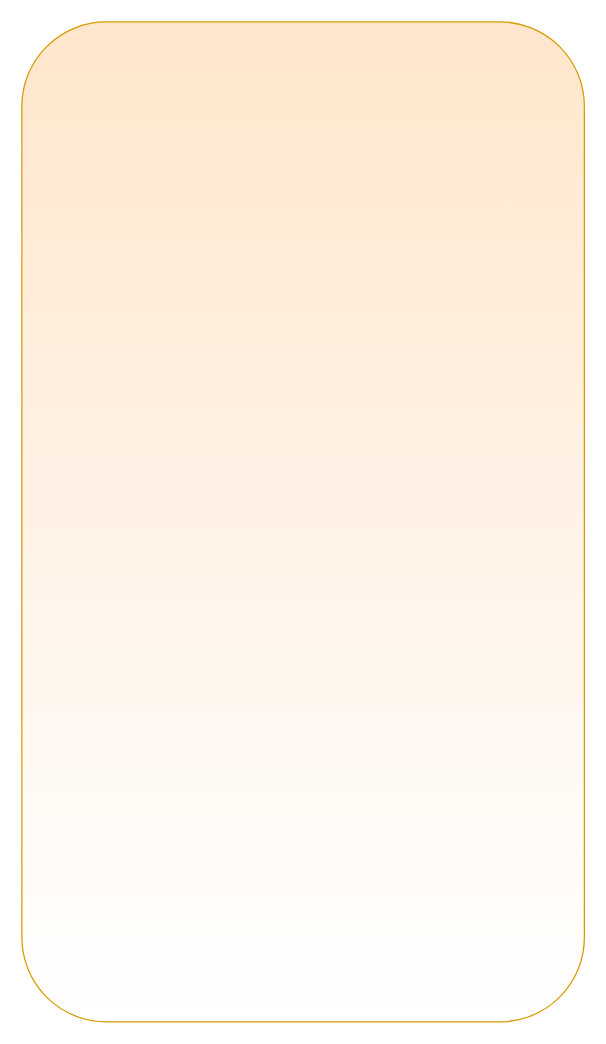
Earlier version of the draw.io diagram page "Página-3" (3 of 3) of CADASTRARCLIENTETELA.drawio (Brazuca17/appEquipe). Source tidied: cells renumbered, new cells numbered last; positions are measured from the earlier drawing's top-left corner, leaving out a move shared by most shapes. Both pictures are drawn from the tidied source at 125%, with x=0, y=0 at pixel (21, 21).
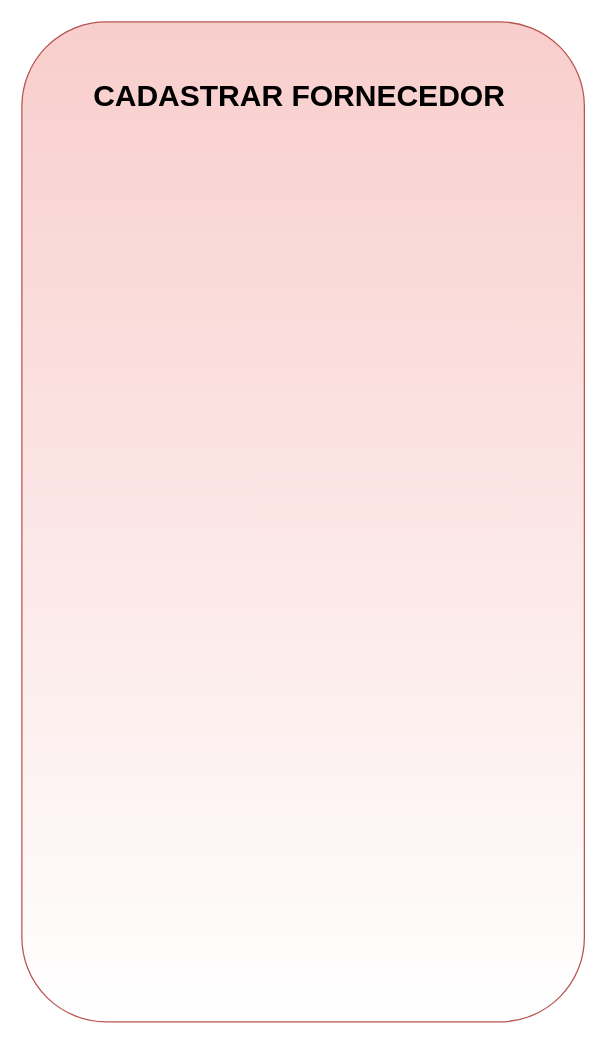
Above is the later version.

What changed in the source:
```diff
@@
 <mxGraphModel>
   <root>
     <mxCell id="0" />
     <mxCell id="1" parent="0" />
-    <mxCell id="2" style="rounded=1;whiteSpace=wrap;html=1;fillColor=#ffe6cc;strokeColor=#d79b00;gradientColor=#ffffff;" parent="1" vertex="1">
+    <mxCell id="2" style="rounded=1;whiteSpace=wrap;html=1;fillColor=#f8cecc;strokeColor=#b85450;gradientColor=#FFFFFF;" parent="1" vertex="1">
       <mxGeometry width="450" height="800" as="geometry" />
     </mxCell>
+    <mxCell id="3" value="CADASTRAR FORNECEDOR&amp;nbsp;" style="text;strokeColor=none;fillColor=none;html=1;fontSize=24;fontStyle=1;verticalAlign=middle;align=center;" parent="1" vertex="1">
+      <mxGeometry x="175" y="40" width="100" height="40" as="geometry" />
+    </mxCell>
   </root>
 </mxGraphModel>
```
